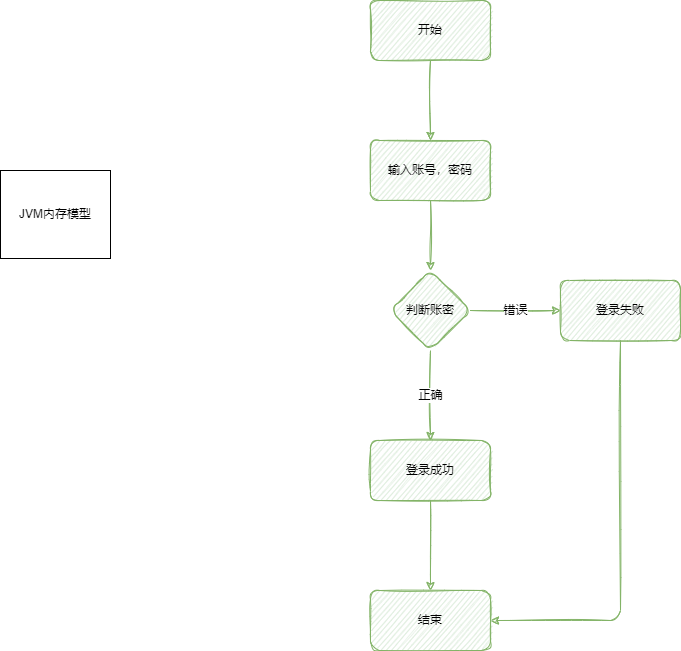
The draw.io diagram demo.png in pipisay/draw, before a commit. Source tidied: cells renumbered, new cells last; positions are measured from the earlier drawing's top-left corner, leaving out a move shared by most shapes.
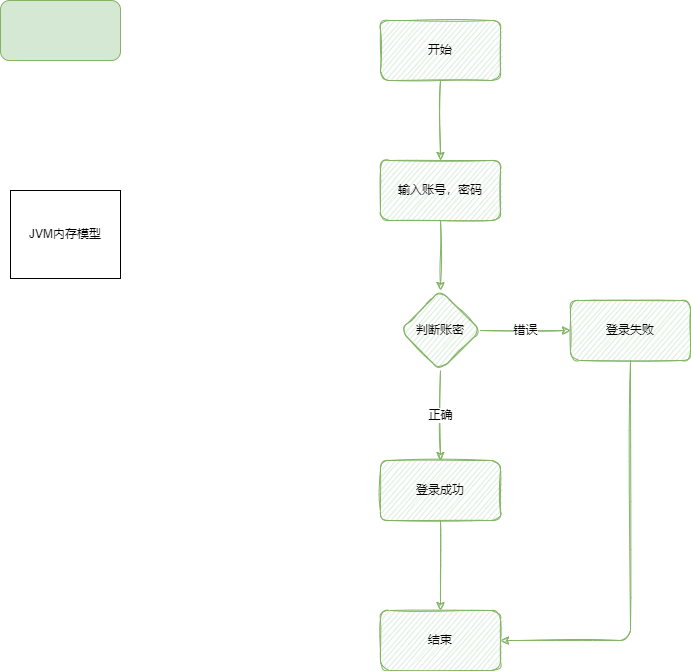
After the change.

Diff of the diagram source:
```diff
@@ -41,6 +41,9 @@
     <mxCell id="14" value="结束" style="whiteSpace=wrap;html=1;rounded=1;sketch=1;fillColor=#d5e8d4;strokeColor=#82b366;" parent="1" vertex="1">
       <mxGeometry x="370" y="590" width="120" height="60" as="geometry" />
     </mxCell>
+    <mxCell id="16" style="rounded=1;whiteSpace=wrap;html=1;fillColor=#d5e8d4;strokeColor=#82b366;" parent="1" vertex="1">
+      <mxGeometry x="-10" y="-20" width="120" height="60" as="geometry" />
+    </mxCell>
     <mxCell id="15" value="图层2" parent="0" />
   </root>
 </mxGraphModel>
```
